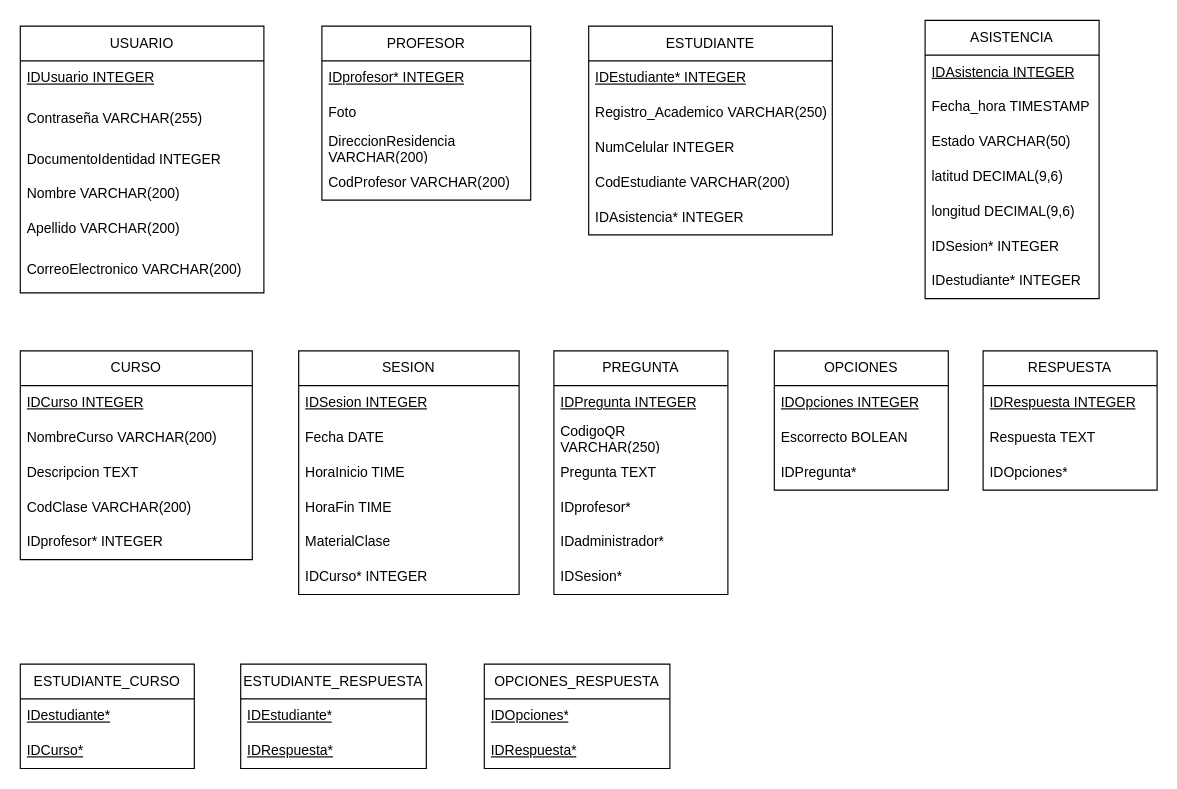
This is Attenzio Esquema Relacional_02.drawio from 18luisc/Attenzio, a draw.io file, before an edit. Source tidied: cells renumbered, new cells numbered last; positions are measured from the earlier drawing's top-left corner, leaving out a move shared by most shapes. Both pictures are drawn from the tidied source at 116%, with x=0, y=0 at pixel (20, 20).
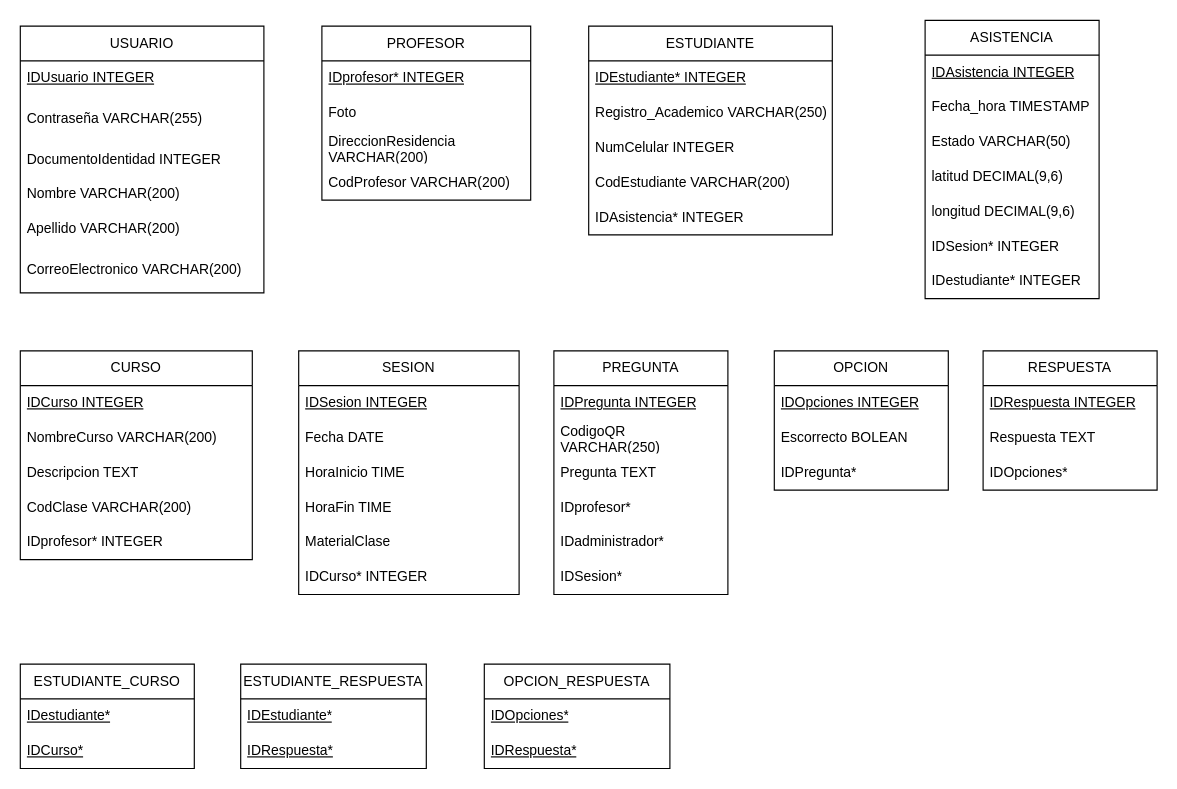
Above is the later version.

Commit message:
Se agrega relación Opción_Respuesta

The edit, as a diff of the source:
```diff
@@
-    <mxCell id="58" value="OPCIONES" style="swimlane;fontStyle=0;horizontal=1;startSize=30;whiteSpace=wrap;html=1;" parent="1" vertex="1">
+    <mxCell id="58" value="OPCION" style="swimlane;fontStyle=0;horizontal=1;startSize=30;whiteSpace=wrap;html=1;" parent="1" vertex="1">
       <mxGeometry x="650" y="285" width="150" height="120" as="geometry" />
     </mxCell>
@@
-    <mxCell id="62" value="OPCIONES_RESPUESTA" style="swimlane;fontStyle=0;horizontal=1;startSize=30;whiteSpace=wrap;html=1;" parent="1" vertex="1">
+    <mxCell id="62" value="OPCION_RESPUESTA" style="swimlane;fontStyle=0;horizontal=1;startSize=30;whiteSpace=wrap;html=1;" parent="1" vertex="1">
       <mxGeometry x="400" y="555" width="160" height="90" as="geometry" />
     </mxCell>
```
